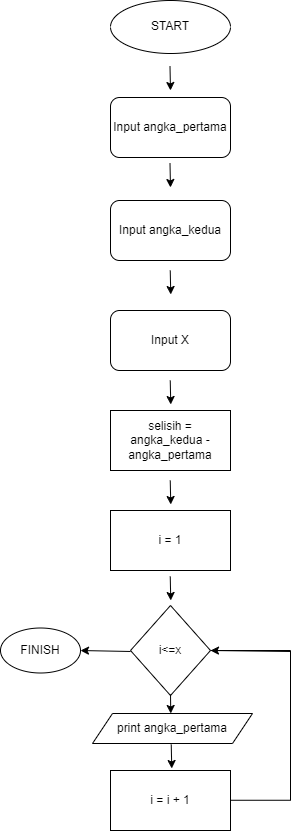
Above: flowchart.drawio.png in MrV173/kencana-test (draw.io), before the change. Source tidied: cells renumbered, new cells last; positions are measured from the earlier drawing's top-left corner, leaving out a move shared by most shapes. The source it was exported from:
```xml
<mxGraphModel>
  <root>
    <mxCell id="0" />
    <mxCell id="1" parent="0" />
    <mxCell id="2" value="Input angka_pertama" style="rounded=1;whiteSpace=wrap;html=1;" parent="1" vertex="1">
      <mxGeometry x="110" y="97" width="120" height="60" as="geometry" />
    </mxCell>
    <mxCell id="3" style="endArrow=classic;html=1;rounded=0;" parent="1" edge="1">
      <mxGeometry relative="1" as="geometry">
        <mxPoint x="169.5" y="66" as="sourcePoint" />
        <mxPoint x="170" y="90" as="targetPoint" />
      </mxGeometry>
    </mxCell>
    <mxCell id="4" value="Input angka_kedua" style="rounded=1;whiteSpace=wrap;html=1;" parent="1" vertex="1">
      <mxGeometry x="110" y="200" width="120" height="60" as="geometry" />
    </mxCell>
    <mxCell id="5" value="START" style="ellipse;whiteSpace=wrap;html=1;" parent="1" vertex="1">
      <mxGeometry x="110" width="120" height="53" as="geometry" />
    </mxCell>
    <mxCell id="6" value="Input X" style="rounded=1;whiteSpace=wrap;html=1;" parent="1" vertex="1">
      <mxGeometry x="110" y="310" width="120" height="60" as="geometry" />
    </mxCell>
    <mxCell id="7" style="endArrow=classic;html=1;rounded=0;" parent="1" edge="1">
      <mxGeometry relative="1" as="geometry">
        <mxPoint x="169.5" y="163" as="sourcePoint" />
        <mxPoint x="170" y="187" as="targetPoint" />
      </mxGeometry>
    </mxCell>
    <mxCell id="8" style="endArrow=classic;html=1;rounded=0;" parent="1" edge="1">
      <mxGeometry relative="1" as="geometry">
        <mxPoint x="169.8" y="270" as="sourcePoint" />
        <mxPoint x="170.2" y="294" as="targetPoint" />
      </mxGeometry>
    </mxCell>
    <mxCell id="9" style="endArrow=classic;html=1;rounded=0;" parent="1" edge="1">
      <mxGeometry relative="1" as="geometry">
        <mxPoint x="169.8" y="380" as="sourcePoint" />
        <mxPoint x="170.2" y="404" as="targetPoint" />
      </mxGeometry>
    </mxCell>
    <mxCell id="10" value="selisih = angka_kedua - angka_pertama" style="rounded=0;whiteSpace=wrap;html=1;" parent="1" vertex="1">
      <mxGeometry x="110" y="410" width="120" height="60" as="geometry" />
    </mxCell>
    <mxCell id="11" style="endArrow=classic;html=1;rounded=0;" parent="1" edge="1">
      <mxGeometry relative="1" as="geometry">
        <mxPoint x="169.8" y="480" as="sourcePoint" />
        <mxPoint x="170.2" y="504" as="targetPoint" />
      </mxGeometry>
    </mxCell>
    <mxCell id="12" value="i = 1" style="rounded=0;whiteSpace=wrap;html=1;" parent="1" vertex="1">
      <mxGeometry x="110" y="510" width="120" height="60" as="geometry" />
    </mxCell>
    <mxCell id="13" value="i&amp;lt;=x" style="rhombus;whiteSpace=wrap;html=1;" parent="1" vertex="1">
      <mxGeometry x="130" y="605" width="80" height="90" as="geometry" />
    </mxCell>
    <mxCell id="14" style="endArrow=classic;html=1;rounded=0;" parent="1" edge="1">
      <mxGeometry relative="1" as="geometry">
        <mxPoint x="169.8" y="576" as="sourcePoint" />
        <mxPoint x="170.2" y="600" as="targetPoint" />
      </mxGeometry>
    </mxCell>
    <mxCell id="15" style="endArrow=classic;html=1;rounded=0;" parent="1" edge="1">
      <mxGeometry relative="1" as="geometry">
        <mxPoint x="170" y="694" as="sourcePoint" />
        <mxPoint x="170.2" y="713" as="targetPoint" />
      </mxGeometry>
    </mxCell>
    <mxCell id="16" value="print angka_pertama" style="shape=parallelogram;perimeter=parallelogramPerimeter;whiteSpace=wrap;html=1;fixedSize=1;" parent="1" vertex="1">
      <mxGeometry x="92" y="713" width="160" height="30" as="geometry" />
    </mxCell>
    <mxCell id="17" value="i = i + 1" style="rounded=0;whiteSpace=wrap;html=1;" parent="1" vertex="1">
      <mxGeometry x="110" y="770" width="120" height="60" as="geometry" />
    </mxCell>
    <mxCell id="18" style="endArrow=classic;html=1;rounded=0;" parent="1" edge="1">
      <mxGeometry relative="1" as="geometry">
        <mxPoint x="170.8" y="744" as="sourcePoint" />
        <mxPoint x="171.2" y="768" as="targetPoint" />
      </mxGeometry>
    </mxCell>
    <mxCell id="19" style="endArrow=none;html=1;rounded=0;" parent="1" edge="1">
      <mxGeometry relative="1" as="geometry">
        <mxPoint x="290" y="799.8" as="sourcePoint" />
        <mxPoint x="230" y="799.8" as="targetPoint" />
      </mxGeometry>
    </mxCell>
    <mxCell id="20" style="endArrow=none;html=1;rounded=0;" parent="1" edge="1">
      <mxGeometry relative="1" as="geometry">
        <mxPoint x="290" y="800" as="sourcePoint" />
        <mxPoint x="290" y="650" as="targetPoint" />
      </mxGeometry>
    </mxCell>
    <mxCell id="21" style="endArrow=none;html=1;rounded=0;exitX=1;exitY=0.5;exitDx=0;exitDy=0;" parent="1" edge="1" source="13">
      <mxGeometry relative="1" as="geometry">
        <mxPoint x="290" y="650" as="targetPoint" />
      </mxGeometry>
    </mxCell>
    <mxCell id="22" value="FINISH" style="ellipse;whiteSpace=wrap;html=1;" parent="1" vertex="1">
      <mxGeometry y="627.5" width="80" height="45" as="geometry" />
    </mxCell>
    <mxCell id="23" style="endArrow=classic;html=1;rounded=0;" parent="1" edge="1">
      <mxGeometry relative="1" as="geometry">
        <mxPoint x="290" y="651" as="sourcePoint" />
        <mxPoint x="210" y="650" as="targetPoint" />
      </mxGeometry>
    </mxCell>
    <mxCell id="24" style="endArrow=classic;html=1;rounded=0;entryX=1;entryY=0.5;entryDx=0;entryDy=0;" parent="1" edge="1" target="22">
      <mxGeometry relative="1" as="geometry">
        <mxPoint x="130" y="651" as="sourcePoint" />
      </mxGeometry>
    </mxCell>
  </root>
</mxGraphModel>
```
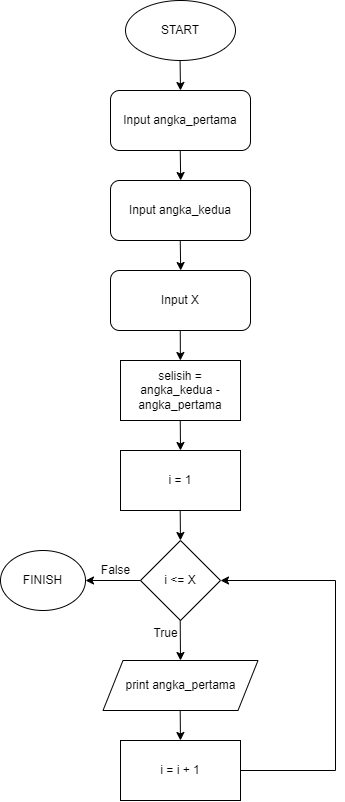
The same diagram one commit later.

Commit message:
this is the answers for kencana test

Diff of the diagram source:
```diff
@@ -1,112 +1,109 @@
 <mxGraphModel>
   <root>
-    <mxCell id="0" />
-    <mxCell id="1" parent="0" />
+    <mxCell id="25" />
+    <mxCell id="26" parent="25" />
+    <mxCell id="5" value="START" style="ellipse;whiteSpace=wrap;html=1;" parent="26" vertex="1">
+      <mxGeometry x="130" y="10" width="110" height="60" as="geometry" />
+    </mxCell>
+    <mxCell id="27" style="endArrow=classic;html=1;rounded=0;" parent="26" edge="1">
+      <mxGeometry relative="1" as="geometry">
+        <mxPoint x="184.6" y="70" as="sourcePoint" />
+        <mxPoint x="185" y="100" as="targetPoint" />
+      </mxGeometry>
+    </mxCell>
-    <mxCell id="2" value="Input angka_pertama" style="rounded=1;whiteSpace=wrap;html=1;" parent="1" vertex="1">
-      <mxGeometry x="110" y="97" width="120" height="60" as="geometry" />
+    <mxCell id="2" value="Input angka_pertama" style="rounded=1;whiteSpace=wrap;html=1;" parent="26" vertex="1">
+      <mxGeometry x="115" y="100" width="140" height="60" as="geometry" />
     </mxCell>
-    <mxCell id="3" style="endArrow=classic;html=1;rounded=0;" parent="1" edge="1">
-      <mxGeometry relative="1" as="geometry">
-        <mxPoint x="169.5" y="66" as="sourcePoint" />
-        <mxPoint x="170" y="90" as="targetPoint" />
-      </mxGeometry>
-    </mxCell>
+    <mxCell id="28" style="endArrow=classic;html=1;rounded=0;" parent="26" edge="1">
+      <mxGeometry relative="1" as="geometry">
+        <mxPoint x="184.8" y="160" as="sourcePoint" />
+        <mxPoint x="185.2" y="190" as="targetPoint" />
+      </mxGeometry>
+    </mxCell>
-    <mxCell id="4" value="Input angka_kedua" style="rounded=1;whiteSpace=wrap;html=1;" parent="1" vertex="1">
-      <mxGeometry x="110" y="200" width="120" height="60" as="geometry" />
+    <mxCell id="4" value="Input angka_kedua" style="rounded=1;whiteSpace=wrap;html=1;" parent="26" vertex="1">
+      <mxGeometry x="115" y="190" width="140" height="60" as="geometry" />
     </mxCell>
-    <mxCell id="5" value="START" style="ellipse;whiteSpace=wrap;html=1;" parent="1" vertex="1">
-      <mxGeometry x="110" width="120" height="53" as="geometry" />
-    </mxCell>
+    <mxCell id="29" style="endArrow=classic;html=1;rounded=0;" parent="26" edge="1">
+      <mxGeometry relative="1" as="geometry">
+        <mxPoint x="184.8" y="250" as="sourcePoint" />
+        <mxPoint x="185.2" y="280" as="targetPoint" />
+      </mxGeometry>
+    </mxCell>
-    <mxCell id="6" value="Input X" style="rounded=1;whiteSpace=wrap;html=1;" parent="1" vertex="1">
-      <mxGeometry x="110" y="310" width="120" height="60" as="geometry" />
+    <mxCell id="6" value="Input X" style="rounded=1;whiteSpace=wrap;html=1;" parent="26" vertex="1">
+      <mxGeometry x="115" y="280" width="140" height="60" as="geometry" />
     </mxCell>
-    <mxCell id="7" style="endArrow=classic;html=1;rounded=0;" parent="1" edge="1">
-      <mxGeometry relative="1" as="geometry">
-        <mxPoint x="169.5" y="163" as="sourcePoint" />
-        <mxPoint x="170" y="187" as="targetPoint" />
-      </mxGeometry>
-    </mxCell>
-    <mxCell id="8" style="endArrow=classic;html=1;rounded=0;" parent="1" edge="1">
-      <mxGeometry relative="1" as="geometry">
-        <mxPoint x="169.8" y="270" as="sourcePoint" />
-        <mxPoint x="170.2" y="294" as="targetPoint" />
-      </mxGeometry>
-    </mxCell>
-    <mxCell id="9" style="endArrow=classic;html=1;rounded=0;" parent="1" edge="1">
-      <mxGeometry relative="1" as="geometry">
-        <mxPoint x="169.8" y="380" as="sourcePoint" />
-        <mxPoint x="170.2" y="404" as="targetPoint" />
-      </mxGeometry>
-    </mxCell>
+    <mxCell id="30" style="endArrow=classic;html=1;rounded=0;" parent="26" edge="1" target="10">
+      <mxGeometry relative="1" as="geometry">
+        <mxPoint x="184.8" y="340" as="sourcePoint" />
+      </mxGeometry>
+    </mxCell>
-    <mxCell id="10" value="selisih = angka_kedua - angka_pertama" style="rounded=0;whiteSpace=wrap;html=1;" parent="1" vertex="1">
-      <mxGeometry x="110" y="410" width="120" height="60" as="geometry" />
+    <mxCell id="10" value="selisih = angka_kedua - angka_pertama" style="rounded=0;whiteSpace=wrap;html=1;" parent="26" vertex="1">
+      <mxGeometry x="125" y="370" width="120" height="60" as="geometry" />
     </mxCell>
-    <mxCell id="11" style="endArrow=classic;html=1;rounded=0;" parent="1" edge="1">
-      <mxGeometry relative="1" as="geometry">
-        <mxPoint x="169.8" y="480" as="sourcePoint" />
-        <mxPoint x="170.2" y="504" as="targetPoint" />
-      </mxGeometry>
-    </mxCell>
+    <mxCell id="31" style="endArrow=classic;html=1;rounded=0;" parent="26" edge="1">
+      <mxGeometry relative="1" as="geometry">
+        <mxPoint x="184.8" y="430" as="sourcePoint" />
+        <mxPoint x="185" y="460" as="targetPoint" />
+      </mxGeometry>
+    </mxCell>
-    <mxCell id="12" value="i = 1" style="rounded=0;whiteSpace=wrap;html=1;" parent="1" vertex="1">
-      <mxGeometry x="110" y="510" width="120" height="60" as="geometry" />
+    <mxCell id="12" value="i = 1" style="rounded=0;whiteSpace=wrap;html=1;" parent="26" vertex="1">
+      <mxGeometry x="125" y="460" width="120" height="60" as="geometry" />
     </mxCell>
-    <mxCell id="13" value="i&amp;lt;=x" style="rhombus;whiteSpace=wrap;html=1;" parent="1" vertex="1">
-      <mxGeometry x="130" y="605" width="80" height="90" as="geometry" />
-    </mxCell>
-    <mxCell id="14" style="endArrow=classic;html=1;rounded=0;" parent="1" edge="1">
-      <mxGeometry relative="1" as="geometry">
-        <mxPoint x="169.8" y="576" as="sourcePoint" />
-        <mxPoint x="170.2" y="600" as="targetPoint" />
-      </mxGeometry>
-    </mxCell>
-    <mxCell id="15" style="endArrow=classic;html=1;rounded=0;" parent="1" edge="1">
-      <mxGeometry relative="1" as="geometry">
-        <mxPoint x="170" y="694" as="sourcePoint" />
-        <mxPoint x="170.2" y="713" as="targetPoint" />
-      </mxGeometry>
-    </mxCell>
+    <mxCell id="32" style="endArrow=classic;html=1;rounded=0;" parent="26" edge="1">
+      <mxGeometry relative="1" as="geometry">
+        <mxPoint x="184.7" y="520" as="sourcePoint" />
+        <mxPoint x="184.9" y="550" as="targetPoint" />
+      </mxGeometry>
+    </mxCell>
+    <mxCell id="33" value="i &amp;lt;= X" style="rhombus;whiteSpace=wrap;html=1;" parent="26" vertex="1">
+      <mxGeometry x="145" y="550" width="80" height="80" as="geometry" />
+    </mxCell>
+    <mxCell id="34" style="endArrow=classic;html=1;rounded=0;entryX=0.5;entryY=0;entryDx=0;entryDy=0;" parent="26" edge="1" target="16">
+      <mxGeometry relative="1" as="geometry">
+        <mxPoint x="184.7" y="630" as="sourcePoint" />
+      </mxGeometry>
+    </mxCell>
+    <mxCell id="35" style="endArrow=classic;html=1;rounded=0;" parent="26" edge="1" target="22">
+      <mxGeometry relative="1" as="geometry">
+        <mxPoint x="145" y="590" as="sourcePoint" />
+      </mxGeometry>
+    </mxCell>
+    <mxCell id="22" value="FINISH" style="ellipse;whiteSpace=wrap;html=1;" parent="26" vertex="1">
+      <mxGeometry x="5" y="560" width="85" height="60" as="geometry" />
+    </mxCell>
+    <mxCell id="36" value="False" style="text;html=1;align=center;verticalAlign=middle;strokeColor=none;fillColor=none;" parent="26" vertex="1">
+      <mxGeometry x="95" y="565" width="50" height="30" as="geometry" />
+    </mxCell>
-    <mxCell id="16" value="print angka_pertama" style="shape=parallelogram;perimeter=parallelogramPerimeter;whiteSpace=wrap;html=1;fixedSize=1;" parent="1" vertex="1">
-      <mxGeometry x="92" y="713" width="160" height="30" as="geometry" />
+    <mxCell id="16" value="print angka_pertama" style="shape=parallelogram;perimeter=parallelogramPerimeter;whiteSpace=wrap;html=1;fixedSize=1;" parent="26" vertex="1">
+      <mxGeometry x="107.5" y="670" width="155" height="50" as="geometry" />
     </mxCell>
+    <mxCell id="37" value="True" style="text;html=1;align=center;verticalAlign=middle;strokeColor=none;fillColor=none;" parent="26" vertex="1">
+      <mxGeometry x="145" y="628" width="50" height="30" as="geometry" />
+    </mxCell>
+    <mxCell id="38" style="endArrow=classic;html=1;rounded=0;" parent="26" edge="1">
+      <mxGeometry relative="1" as="geometry">
+        <mxPoint x="184.7" y="720" as="sourcePoint" />
+        <mxPoint x="184.9" y="750" as="targetPoint" />
+      </mxGeometry>
+    </mxCell>
-    <mxCell id="17" value="i = i + 1" style="rounded=0;whiteSpace=wrap;html=1;" parent="1" vertex="1">
-      <mxGeometry x="110" y="770" width="120" height="60" as="geometry" />
+    <mxCell id="17" value="i = i + 1" style="rounded=0;whiteSpace=wrap;html=1;" parent="26" vertex="1">
+      <mxGeometry x="125" y="750" width="120" height="60" as="geometry" />
     </mxCell>
-    <mxCell id="18" style="endArrow=classic;html=1;rounded=0;" parent="1" edge="1">
-      <mxGeometry relative="1" as="geometry">
-        <mxPoint x="170.8" y="744" as="sourcePoint" />
-        <mxPoint x="171.2" y="768" as="targetPoint" />
-      </mxGeometry>
-    </mxCell>
-    <mxCell id="19" style="endArrow=none;html=1;rounded=0;" parent="1" edge="1">
-      <mxGeometry relative="1" as="geometry">
-        <mxPoint x="290" y="799.8" as="sourcePoint" />
-        <mxPoint x="230" y="799.8" as="targetPoint" />
-      </mxGeometry>
-    </mxCell>
-    <mxCell id="20" style="endArrow=none;html=1;rounded=0;" parent="1" edge="1">
-      <mxGeometry relative="1" as="geometry">
-        <mxPoint x="290" y="800" as="sourcePoint" />
-        <mxPoint x="290" y="650" as="targetPoint" />
-      </mxGeometry>
-    </mxCell>
-    <mxCell id="21" style="endArrow=none;html=1;rounded=0;exitX=1;exitY=0.5;exitDx=0;exitDy=0;" parent="1" edge="1" source="13">
-      <mxGeometry relative="1" as="geometry">
-        <mxPoint x="290" y="650" as="targetPoint" />
-      </mxGeometry>
-    </mxCell>
-    <mxCell id="22" value="FINISH" style="ellipse;whiteSpace=wrap;html=1;" parent="1" vertex="1">
-      <mxGeometry y="627.5" width="80" height="45" as="geometry" />
-    </mxCell>
-    <mxCell id="23" style="endArrow=classic;html=1;rounded=0;" parent="1" edge="1">
-      <mxGeometry relative="1" as="geometry">
-        <mxPoint x="290" y="651" as="sourcePoint" />
-        <mxPoint x="210" y="650" as="targetPoint" />
-      </mxGeometry>
-    </mxCell>
-    <mxCell id="24" style="endArrow=classic;html=1;rounded=0;entryX=1;entryY=0.5;entryDx=0;entryDy=0;" parent="1" edge="1" target="22">
-      <mxGeometry relative="1" as="geometry">
-        <mxPoint x="130" y="651" as="sourcePoint" />
-      </mxGeometry>
-    </mxCell>
+    <mxCell id="39" style="endArrow=classic;html=1;rounded=0;entryX=1;entryY=0.5;entryDx=0;entryDy=0;" parent="26" edge="1" target="33">
+      <mxGeometry relative="1" as="geometry">
+        <mxPoint x="340" y="590" as="sourcePoint" />
+      </mxGeometry>
+    </mxCell>
+    <mxCell id="40" style="endArrow=none;html=1;rounded=0;" parent="26" edge="1">
+      <mxGeometry relative="1" as="geometry">
+        <mxPoint x="340" y="780" as="sourcePoint" />
+        <mxPoint x="340" y="590" as="targetPoint" />
+      </mxGeometry>
+    </mxCell>
+    <mxCell id="41" style="endArrow=none;html=1;rounded=0;exitX=1;exitY=0.5;exitDx=0;exitDy=0;" parent="26" edge="1" source="17">
+      <mxGeometry relative="1" as="geometry">
+        <mxPoint x="340" y="780" as="targetPoint" />
+      </mxGeometry>
+    </mxCell>
   </root>
 </mxGraphModel>
```
